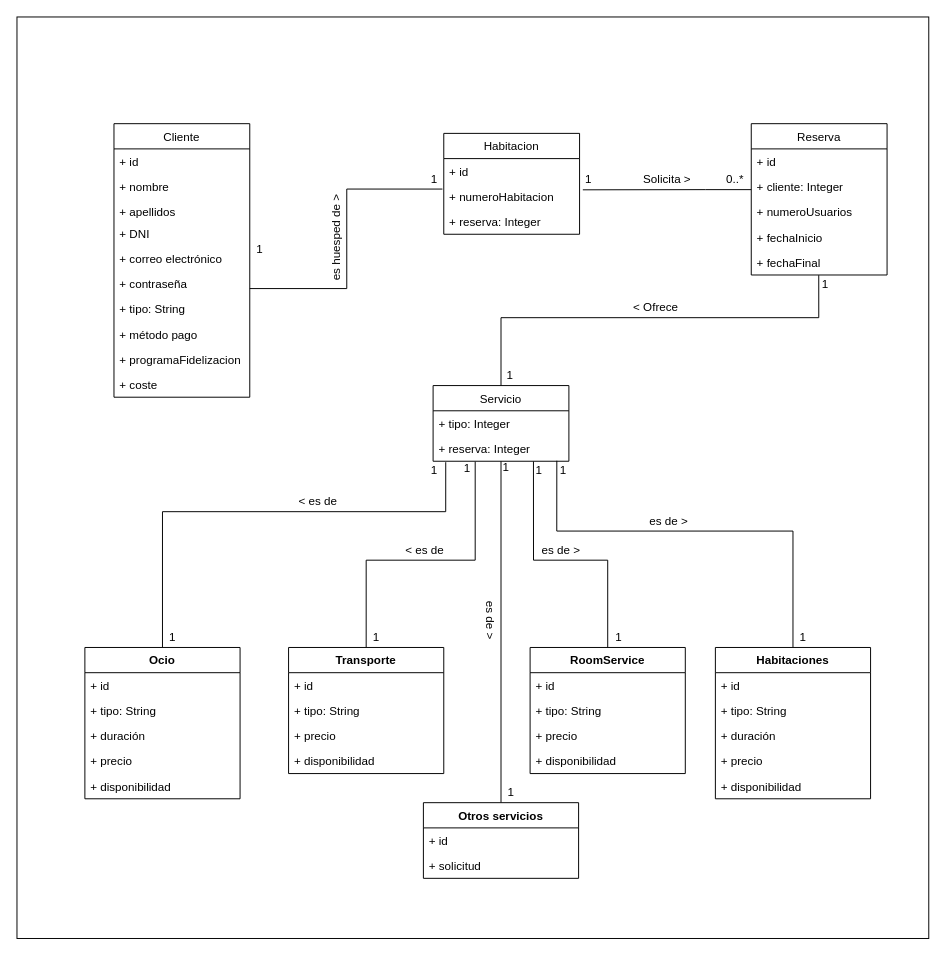
The draw.io diagram Diagrams/Modelo_datos_Concierge.drawio in javierMorales9/ISST-Grupo02-Conc, before the edit. Source tidied: cells renumbered, new cells numbered last; positions are measured from the earlier drawing's top-left corner, leaving out a move shared by most shapes. Both pictures are drawn from the tidied source at 97%, with x=0, y=0 at pixel (16, 16).
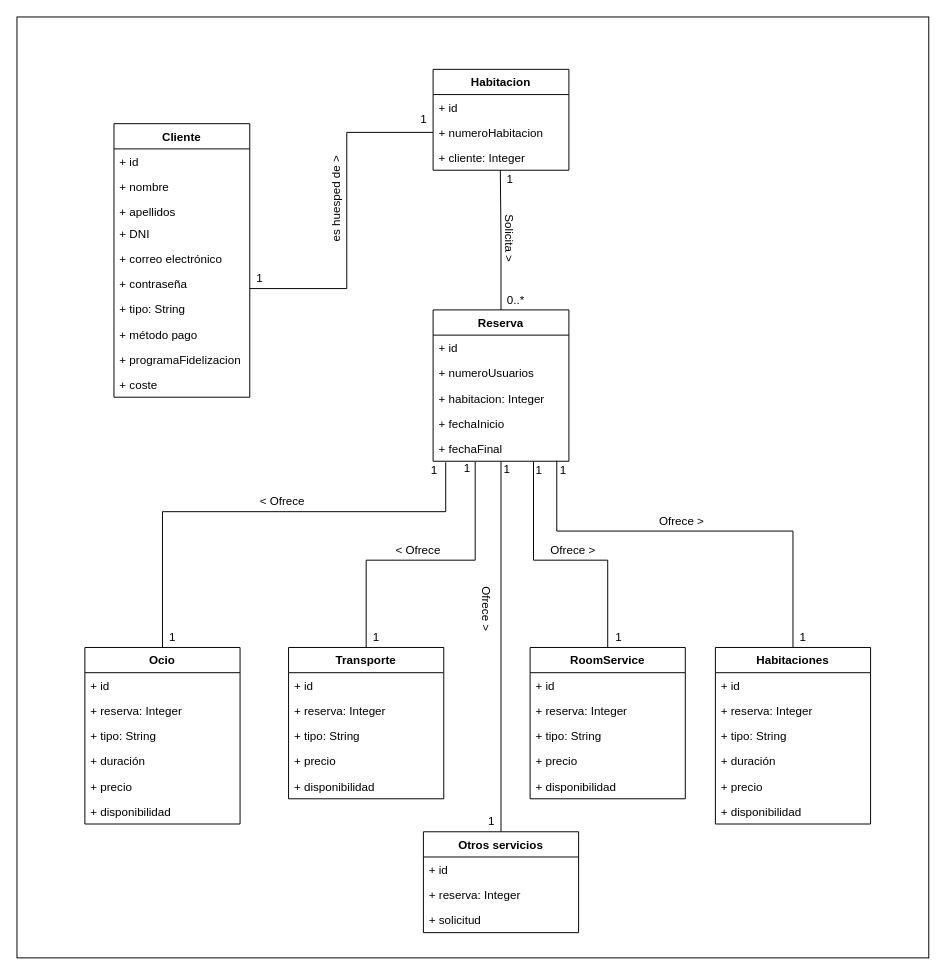
After the change.

Unchanged cells that the change refers to:
```xml
<mxCell id="22" value="+ fechaFinal" style="text;strokeColor=none;fillColor=none;align=left;verticalAlign=top;spacingLeft=4;spacingRight=4;overflow=hidden;points=[[0,0.5],[1,0.5]];portConstraint=eastwest;" parent="17" vertex="1">
  <mxGeometry y="130" width="140" height="26" as="geometry" />
</mxCell>
<mxCell id="79" value="+ numeroHabitacion" style="text;strokeColor=none;fillColor=none;align=left;verticalAlign=top;spacingLeft=4;spacingRight=4;overflow=hidden;points=[[0,0.5],[1,0.5]];portConstraint=eastwest;" parent="77" vertex="1">
  <mxGeometry y="52" width="140" height="26" as="geometry" />
</mxCell>
```

The edit, as a diff of the source:
```diff
@@
     <mxCell id="2" style="html=1;" parent="1" vertex="1">
-      <mxGeometry width="940" height="950" as="geometry" />
+      <mxGeometry width="940" height="970" as="geometry" />
     </mxCell>
-    <mxCell id="3" style="edgeStyle=orthogonalEdgeStyle;rounded=0;jettySize=auto;html=1;entryX=-0.01;entryY=0.208;entryDx=0;entryDy=0;endArrow=none;endFill=0;entryPerimeter=0;" parent="1" edge="1" source="4" target="79">
+    <mxCell id="3" style="edgeStyle=orthogonalEdgeStyle;rounded=0;jettySize=auto;html=1;entryX=0;entryY=0.5;entryDx=0;entryDy=0;endArrow=none;endFill=0;" parent="1" edge="1" source="4" target="79">
       <mxGeometry relative="1" as="geometry">
         <Array as="points">
           <mxPoint x="340" y="280" />
-          <mxPoint x="340" y="177" />
+          <mxPoint x="340" y="119" />
         </Array>
       </mxGeometry>
     </mxCell>
-    <mxCell id="4" value="Cliente" style="swimlane;fontStyle=0;horizontal=1;startSize=26;fillColor=none;" parent="1" vertex="1">
+    <mxCell id="4" value="Cliente" style="swimlane;fontStyle=1;horizontal=1;startSize=26;fillColor=none;" parent="1" vertex="1">
       <mxGeometry x="100" y="110" width="140" height="282" as="geometry" />
     </mxCell>
@@
-    <mxCell id="15" style="edgeStyle=orthogonalEdgeStyle;rounded=0;jettySize=auto;html=1;endArrow=none;endFill=0;exitX=0.497;exitY=1.008;exitDx=0;exitDy=0;entryX=0.5;entryY=0;entryDx=0;entryDy=0;exitPerimeter=0;" parent="1" edge="1" source="22" target="27">
-      <mxGeometry relative="1" as="geometry">
-        <Array as="points">
-          <mxPoint x="827" y="310" />
-          <mxPoint x="499" y="310" />
-        </Array>
-      </mxGeometry>
-    </mxCell>
-    <mxCell id="16" style="edgeStyle=orthogonalEdgeStyle;rounded=0;jettySize=auto;html=1;entryX=1.024;entryY=0.238;entryDx=0;entryDy=0;entryPerimeter=0;endArrow=none;endFill=0;" parent="1" edge="1" source="17" target="79">
-      <mxGeometry relative="1" as="geometry">
-        <Array as="points">
-          <mxPoint x="710" y="178" />
-          <mxPoint x="710" y="178" />
-        </Array>
-      </mxGeometry>
-    </mxCell>
+    <mxCell id="84" style="edgeStyle=orthogonalEdgeStyle;rounded=0;jettySize=auto;html=1;entryX=0.495;entryY=0.998;entryDx=0;entryDy=0;entryPerimeter=0;endArrow=none;endFill=0;" parent="1" edge="1" source="17" target="19">
+      <mxGeometry relative="1" as="geometry" />
+    </mxCell>
-    <mxCell id="17" value="Reserva" style="swimlane;fontStyle=0;horizontal=1;startSize=26;fillColor=none;" parent="1" vertex="1">
-      <mxGeometry x="757" y="110" width="140" height="156" as="geometry" />
+    <mxCell id="17" value="Reserva" style="swimlane;fontStyle=1;horizontal=1;startSize=26;fillColor=none;" parent="1" vertex="1">
+      <mxGeometry x="429" y="302" width="140" height="156" as="geometry" />
     </mxCell>
@@
-    <mxCell id="19" value="+ cliente: Integer" style="text;strokeColor=none;fillColor=none;align=left;verticalAlign=top;spacingLeft=4;spacingRight=4;overflow=hidden;points=[[0,0.5],[1,0.5]];portConstraint=eastwest;" parent="17" vertex="1">
-      <mxGeometry y="52" width="140" height="26" as="geometry" />
-    </mxCell>
     <mxCell id="20" value="+ numeroUsuarios" style="text;strokeColor=none;fillColor=none;align=left;verticalAlign=top;spacingLeft=4;spacingRight=4;overflow=hidden;" parent="17" vertex="1">
-      <mxGeometry y="78" width="140" height="26" as="geometry" />
+      <mxGeometry y="52" width="140" height="26" as="geometry" />
     </mxCell>
+    <mxCell id="85" value="+ habitacion: Integer" style="text;strokeColor=none;fillColor=none;align=left;verticalAlign=top;spacingLeft=4;spacingRight=4;overflow=hidden;" parent="17" vertex="1">
+      <mxGeometry y="78" width="140" height="26" as="geometry" />
+    </mxCell>
@@
-    <mxCell id="23" style="edgeStyle=orthogonalEdgeStyle;rounded=0;jettySize=auto;html=1;endArrow=none;endFill=0;exitX=0.093;exitY=1.038;exitDx=0;exitDy=0;exitPerimeter=0;" parent="1" edge="1" source="29" target="41">
+    <mxCell id="23" style="edgeStyle=orthogonalEdgeStyle;rounded=0;jettySize=auto;html=1;endArrow=none;endFill=0;exitX=0.093;exitY=1.038;exitDx=0;exitDy=0;exitPerimeter=0;" parent="1" edge="1" target="41">
       <mxGeometry relative="1" as="geometry">
+        <mxPoint x="442" y="459" as="sourcePoint" />
         <Array as="points">
           <mxPoint x="442" y="510" />
           <mxPoint x="150" y="510" />
         </Array>
       </mxGeometry>
     </mxCell>
-    <mxCell id="24" style="edgeStyle=orthogonalEdgeStyle;rounded=0;jettySize=auto;html=1;entryX=0.5;entryY=0;entryDx=0;entryDy=0;endArrow=none;endFill=0;exitX=0.31;exitY=1.016;exitDx=0;exitDy=0;exitPerimeter=0;" parent="1" edge="1" source="29" target="36">
+    <mxCell id="24" style="edgeStyle=orthogonalEdgeStyle;rounded=0;jettySize=auto;html=1;entryX=0.5;entryY=0;entryDx=0;entryDy=0;endArrow=none;endFill=0;exitX=0.31;exitY=1.016;exitDx=0;exitDy=0;exitPerimeter=0;" parent="1" edge="1" target="36">
       <mxGeometry relative="1" as="geometry">
+        <mxPoint x="472.4" y="458.4" as="sourcePoint" />
         <Array as="points">
           <mxPoint x="472" y="560" />
           <mxPoint x="360" y="560" />
         </Array>
       </mxGeometry>
     </mxCell>
-    <mxCell id="25" style="edgeStyle=orthogonalEdgeStyle;rounded=0;jettySize=auto;html=1;entryX=0.5;entryY=0;entryDx=0;entryDy=0;endArrow=none;endFill=0;exitX=0.739;exitY=1.008;exitDx=0;exitDy=0;exitPerimeter=0;" parent="1" edge="1" source="29" target="65">
+    <mxCell id="25" style="edgeStyle=orthogonalEdgeStyle;rounded=0;jettySize=auto;html=1;entryX=0.5;entryY=0;entryDx=0;entryDy=0;endArrow=none;endFill=0;exitX=0.739;exitY=1.008;exitDx=0;exitDy=0;exitPerimeter=0;" parent="1" edge="1" target="65">
       <mxGeometry relative="1" as="geometry">
+        <mxPoint x="532.5" y="458.2" as="sourcePoint" />
         <Array as="points">
           <mxPoint x="532" y="560" />
           <mxPoint x="609" y="560" />
         </Array>
       </mxGeometry>
     </mxCell>
-    <mxCell id="26" style="edgeStyle=orthogonalEdgeStyle;rounded=0;jettySize=auto;html=1;entryX=0.5;entryY=0;entryDx=0;entryDy=0;endArrow=none;endFill=0;exitX=0.911;exitY=0.981;exitDx=0;exitDy=0;exitPerimeter=0;" parent="1" edge="1" source="29" target="59">
+    <mxCell id="26" style="edgeStyle=orthogonalEdgeStyle;rounded=0;jettySize=auto;html=1;entryX=0.5;entryY=0;entryDx=0;entryDy=0;endArrow=none;endFill=0;exitX=0.911;exitY=0.981;exitDx=0;exitDy=0;exitPerimeter=0;" parent="1" edge="1" target="59">
       <mxGeometry relative="1" as="geometry">
+        <mxPoint x="556.5" y="457.5" as="sourcePoint" />
         <Array as="points">
           <mxPoint x="557" y="530" />
           <mxPoint x="800" y="530" />
         </Array>
       </mxGeometry>
     </mxCell>
-    <mxCell id="27" value="Servicio" style="swimlane;fontStyle=0;horizontal=1;startSize=26;fillColor=none;" parent="1" vertex="1">
-      <mxGeometry x="429" y="380" width="140" height="78" as="geometry" />
-    </mxCell>
-    <mxCell id="28" value="+ tipo: Integer" style="text;strokeColor=none;fillColor=none;align=left;verticalAlign=top;spacingLeft=4;spacingRight=4;overflow=hidden;" parent="27" vertex="1">
-      <mxGeometry y="26" width="140" height="26" as="geometry" />
-    </mxCell>
-    <mxCell id="29" value="+ reserva: Integer" style="text;strokeColor=none;fillColor=none;align=left;verticalAlign=top;spacingLeft=4;spacingRight=4;overflow=hidden;points=[[0,0.5],[1,0.5]];portConstraint=eastwest;" parent="27" vertex="1">
-      <mxGeometry y="52" width="140" height="26" as="geometry" />
-    </mxCell>
-    <mxCell id="30" value="Solicita &amp;gt;" style="text;html=1;align=center;verticalAlign=middle;" parent="1" vertex="1">
-      <mxGeometry x="640" y="158" width="60" height="20" as="geometry" />
+    <mxCell id="30" value="Solicita &amp;gt;" style="text;html=1;align=center;verticalAlign=middle;rotation=90;" parent="1" vertex="1">
+      <mxGeometry x="478" y="218" width="60" height="20" as="geometry" />
     </mxCell>
     <mxCell id="31" value="&amp;lt; Ofrece&amp;nbsp;" style="text;html=1;align=center;verticalAlign=middle;rotation=0;" parent="1" vertex="1">
-      <mxGeometry x="625" y="290" width="70" height="20" as="geometry" />
+      <mxGeometry x="240" y="490" width="70" height="20" as="geometry" />
     </mxCell>
     <mxCell id="32" value="1" style="text;html=1;align=center;verticalAlign=middle;" parent="1" vertex="1">
-      <mxGeometry x="240" y="230" width="20" height="20" as="geometry" />
+      <mxGeometry x="240" y="260" width="20" height="20" as="geometry" />
     </mxCell>
     <mxCell id="33" value="0..*" style="text;html=1;align=center;verticalAlign=middle;" parent="1" vertex="1">
-      <mxGeometry x="725" y="158" width="30" height="20" as="geometry" />
+      <mxGeometry x="499" y="282" width="30" height="20" as="geometry" />
     </mxCell>
-    <mxCell id="34" value="1" style="text;html=1;align=center;verticalAlign=middle;" parent="1" vertex="1">
-      <mxGeometry x="823" y="266" width="20" height="20" as="geometry" />
-    </mxCell>
-    <mxCell id="35" value="1" style="text;html=1;align=center;verticalAlign=middle;" parent="1" vertex="1">
-      <mxGeometry x="498" y="360" width="20" height="20" as="geometry" />
-    </mxCell>
     <mxCell id="36" value="Transporte" style="swimlane;fontStyle=1;align=center;verticalAlign=top;horizontal=1;startSize=26;" parent="1" vertex="1">
-      <mxGeometry x="280" y="650" width="160" height="130" as="geometry" />
+      <mxGeometry x="280" y="650" width="160" height="156" as="geometry" />
     </mxCell>
@@
+    <mxCell id="86" value="+ reserva: Integer" style="text;strokeColor=none;fillColor=none;align=left;verticalAlign=top;spacingLeft=4;spacingRight=4;overflow=hidden;" parent="36" vertex="1">
+      <mxGeometry y="52" width="160" height="26" as="geometry" />
+    </mxCell>
     <mxCell id="38" value="+ tipo: String" style="text;strokeColor=none;fillColor=none;align=left;verticalAlign=top;spacingLeft=4;spacingRight=4;overflow=hidden;" parent="36" vertex="1">
-      <mxGeometry y="52" width="160" height="26" as="geometry" />
+      <mxGeometry y="78" width="160" height="26" as="geometry" />
     </mxCell>
     <mxCell id="39" value="+ precio" style="text;strokeColor=none;fillColor=none;align=left;verticalAlign=top;spacingLeft=4;spacingRight=4;overflow=hidden;" parent="36" vertex="1">
-      <mxGeometry y="78" width="160" height="26" as="geometry" />
+      <mxGeometry y="104" width="160" height="26" as="geometry" />
     </mxCell>
     <mxCell id="40" value="+ disponibilidad" style="text;strokeColor=none;fillColor=none;align=left;verticalAlign=top;spacingLeft=4;spacingRight=4;overflow=hidden;" parent="36" vertex="1">
-      <mxGeometry y="104" width="160" height="26" as="geometry" />
+      <mxGeometry y="130" width="160" height="26" as="geometry" />
     </mxCell>
     <mxCell id="41" value="Ocio" style="swimlane;fontStyle=1;align=center;verticalAlign=top;horizontal=1;startSize=26;" parent="1" vertex="1">
-      <mxGeometry x="70" y="650" width="160" height="156" as="geometry" />
+      <mxGeometry x="70" y="650" width="160" height="182" as="geometry" />
     </mxCell>
@@
+    <mxCell id="87" value="+ reserva: Integer" style="text;strokeColor=none;fillColor=none;align=left;verticalAlign=top;spacingLeft=4;spacingRight=4;overflow=hidden;" parent="41" vertex="1">
+      <mxGeometry y="52" width="160" height="26" as="geometry" />
+    </mxCell>
     <mxCell id="43" value="+ tipo: String" style="text;strokeColor=none;fillColor=none;align=left;verticalAlign=top;spacingLeft=4;spacingRight=4;overflow=hidden;" parent="41" vertex="1">
-      <mxGeometry y="52" width="160" height="26" as="geometry" />
+      <mxGeometry y="78" width="160" height="26" as="geometry" />
     </mxCell>
     <mxCell id="44" value="+ duración" style="text;strokeColor=none;fillColor=none;align=left;verticalAlign=top;spacingLeft=4;spacingRight=4;overflow=hidden;" parent="41" vertex="1">
-      <mxGeometry y="78" width="160" height="26" as="geometry" />
+      <mxGeometry y="104" width="160" height="26" as="geometry" />
     </mxCell>
     <mxCell id="45" value="+ precio" style="text;strokeColor=none;fillColor=none;align=left;verticalAlign=top;spacingLeft=4;spacingRight=4;overflow=hidden;" parent="41" vertex="1">
-      <mxGeometry y="104" width="160" height="26" as="geometry" />
+      <mxGeometry y="130" width="160" height="26" as="geometry" />
     </mxCell>
     <mxCell id="46" value="+ disponibilidad" style="text;strokeColor=none;fillColor=none;align=left;verticalAlign=top;spacingLeft=4;spacingRight=4;overflow=hidden;" parent="41" vertex="1">
-      <mxGeometry y="130" width="160" height="26" as="geometry" />
+      <mxGeometry y="156" width="160" height="26" as="geometry" />
     </mxCell>
-    <mxCell id="47" value="&amp;lt; es de" style="text;html=1;align=center;verticalAlign=middle;" parent="1" vertex="1">
-      <mxGeometry x="280" y="490" width="60" height="20" as="geometry" />
-    </mxCell>
-    <mxCell id="48" value="&amp;lt; es de" style="text;html=1;align=center;verticalAlign=middle;" parent="1" vertex="1">
-      <mxGeometry x="390" y="540" width="60" height="20" as="geometry" />
-    </mxCell>
-    <mxCell id="49" value="&amp;nbsp;es de &amp;gt;" style="text;html=1;align=center;verticalAlign=middle;" parent="1" vertex="1">
-      <mxGeometry x="640" y="510" width="60" height="20" as="geometry" />
-    </mxCell>
-    <mxCell id="50" value="&amp;nbsp;es de &amp;gt;" style="text;html=1;align=center;verticalAlign=middle;" parent="1" vertex="1">
-      <mxGeometry x="529" y="540" width="60" height="20" as="geometry" />
-    </mxCell>
@@
     <mxCell id="52" value="1" style="text;html=1;align=center;verticalAlign=middle;" parent="1" vertex="1">
-      <mxGeometry x="494" y="455" width="20" height="20" as="geometry" />
+      <mxGeometry x="495" y="457" width="20" height="20" as="geometry" />
     </mxCell>
@@
     <mxCell id="59" value="Habitaciones" style="swimlane;fontStyle=1;align=center;verticalAlign=top;horizontal=1;startSize=26;" parent="1" vertex="1">
-      <mxGeometry x="720" y="650" width="160" height="156" as="geometry" />
+      <mxGeometry x="720" y="650" width="160" height="182" as="geometry" />
     </mxCell>
@@
+    <mxCell id="88" value="+ reserva: Integer" style="text;strokeColor=none;fillColor=none;align=left;verticalAlign=top;spacingLeft=4;spacingRight=4;overflow=hidden;" parent="59" vertex="1">
+      <mxGeometry y="52" width="160" height="26" as="geometry" />
+    </mxCell>
     <mxCell id="61" value="+ tipo: String" style="text;strokeColor=none;fillColor=none;align=left;verticalAlign=top;spacingLeft=4;spacingRight=4;overflow=hidden;" parent="59" vertex="1">
-      <mxGeometry y="52" width="160" height="26" as="geometry" />
+      <mxGeometry y="78" width="160" height="26" as="geometry" />
     </mxCell>
     <mxCell id="62" value="+ duración" style="text;strokeColor=none;fillColor=none;align=left;verticalAlign=top;spacingLeft=4;spacingRight=4;overflow=hidden;" parent="59" vertex="1">
-      <mxGeometry y="78" width="160" height="26" as="geometry" />
+      <mxGeometry y="104" width="160" height="26" as="geometry" />
     </mxCell>
     <mxCell id="63" value="+ precio" style="text;strokeColor=none;fillColor=none;align=left;verticalAlign=top;spacingLeft=4;spacingRight=4;overflow=hidden;" parent="59" vertex="1">
-      <mxGeometry y="104" width="160" height="26" as="geometry" />
+      <mxGeometry y="130" width="160" height="26" as="geometry" />
     </mxCell>
     <mxCell id="64" value="+ disponibilidad" style="text;strokeColor=none;fillColor=none;align=left;verticalAlign=top;spacingLeft=4;spacingRight=4;overflow=hidden;" parent="59" vertex="1">
-      <mxGeometry y="130" width="160" height="26" as="geometry" />
+      <mxGeometry y="156" width="160" height="26" as="geometry" />
     </mxCell>
     <mxCell id="65" value="RoomService" style="swimlane;fontStyle=1;align=center;verticalAlign=top;horizontal=1;startSize=26;" parent="1" vertex="1">
-      <mxGeometry x="529" y="650" width="160" height="130" as="geometry" />
+      <mxGeometry x="529" y="650" width="160" height="156" as="geometry" />
     </mxCell>
@@
+    <mxCell id="89" value="+ reserva: Integer" style="text;strokeColor=none;fillColor=none;align=left;verticalAlign=top;spacingLeft=4;spacingRight=4;overflow=hidden;" parent="65" vertex="1">
+      <mxGeometry y="52" width="160" height="26" as="geometry" />
+    </mxCell>
     <mxCell id="67" value="+ tipo: String" style="text;strokeColor=none;fillColor=none;align=left;verticalAlign=top;spacingLeft=4;spacingRight=4;overflow=hidden;" parent="65" vertex="1">
-      <mxGeometry y="52" width="160" height="26" as="geometry" />
+      <mxGeometry y="78" width="160" height="26" as="geometry" />
     </mxCell>
     <mxCell id="68" value="+ precio" style="text;strokeColor=none;fillColor=none;align=left;verticalAlign=top;spacingLeft=4;spacingRight=4;overflow=hidden;" parent="65" vertex="1">
-      <mxGeometry y="78" width="160" height="26" as="geometry" />
+      <mxGeometry y="104" width="160" height="26" as="geometry" />
     </mxCell>
     <mxCell id="69" value="+ disponibilidad" style="text;strokeColor=none;fillColor=none;align=left;verticalAlign=top;spacingLeft=4;spacingRight=4;overflow=hidden;" parent="65" vertex="1">
-      <mxGeometry y="104" width="160" height="26" as="geometry" />
+      <mxGeometry y="130" width="160" height="26" as="geometry" />
     </mxCell>
-    <mxCell id="70" style="edgeStyle=orthogonalEdgeStyle;rounded=0;jettySize=auto;html=1;endArrow=none;endFill=0;entryX=0.5;entryY=1;entryDx=0;entryDy=0;" parent="1" edge="1" source="71" target="27">
-      <mxGeometry relative="1" as="geometry" />
+    <mxCell id="70" style="edgeStyle=orthogonalEdgeStyle;rounded=0;jettySize=auto;html=1;endArrow=none;endFill=0;entryX=0.5;entryY=1;entryDx=0;entryDy=0;" parent="1" edge="1" source="71">
+      <mxGeometry relative="1" as="geometry">
+        <mxPoint x="499" y="458" as="targetPoint" />
+      </mxGeometry>
     </mxCell>
     <mxCell id="71" value="Otros servicios" style="swimlane;fontStyle=1;align=center;verticalAlign=top;horizontal=1;startSize=26;" parent="1" vertex="1">
-      <mxGeometry x="419" y="810" width="160" height="78" as="geometry" />
+      <mxGeometry x="419" y="840" width="160" height="104" as="geometry" />
     </mxCell>
@@
+    <mxCell id="90" value="+ reserva: Integer" style="text;strokeColor=none;fillColor=none;align=left;verticalAlign=top;spacingLeft=4;spacingRight=4;overflow=hidden;" parent="71" vertex="1">
+      <mxGeometry y="52" width="160" height="26" as="geometry" />
+    </mxCell>
     <mxCell id="73" value="+ solicitud" style="text;strokeColor=none;fillColor=none;align=left;verticalAlign=top;spacingLeft=4;spacingRight=4;overflow=hidden;" parent="71" vertex="1">
-      <mxGeometry y="52" width="160" height="26" as="geometry" />
+      <mxGeometry y="78" width="160" height="26" as="geometry" />
     </mxCell>
@@
-    <mxCell id="75" value="&amp;nbsp;es de &amp;gt;" style="text;html=1;align=center;verticalAlign=middle;rotation=90;" parent="1" vertex="1">
-      <mxGeometry x="458" y="610" width="60" height="20" as="geometry" />
-    </mxCell>
     <mxCell id="76" value="1" style="text;html=1;align=center;verticalAlign=middle;" parent="1" vertex="1">
-      <mxGeometry x="499" y="790" width="20" height="20" as="geometry" />
+      <mxGeometry x="479" y="820" width="20" height="20" as="geometry" />
     </mxCell>
-    <mxCell id="77" value="Habitacion" style="swimlane;fontStyle=0;horizontal=1;startSize=26;fillColor=none;" parent="1" vertex="1">
-      <mxGeometry x="440" y="120" width="140" height="104" as="geometry" />
+    <mxCell id="77" value="Habitacion" style="swimlane;fontStyle=1;horizontal=1;startSize=26;fillColor=none;" parent="1" vertex="1">
+      <mxGeometry x="429" y="54" width="140" height="104" as="geometry" />
     </mxCell>
@@
-    <mxCell id="80" value="+ reserva: Integer" style="text;strokeColor=none;fillColor=none;align=left;verticalAlign=top;spacingLeft=4;spacingRight=4;overflow=hidden;" parent="77" vertex="1">
-      <mxGeometry y="78" width="140" height="26" as="geometry" />
-    </mxCell>
+    <mxCell id="19" value="+ cliente: Integer" style="text;strokeColor=none;fillColor=none;align=left;verticalAlign=top;spacingLeft=4;spacingRight=4;overflow=hidden;points=[[0,0.5],[1,0.5]];portConstraint=eastwest;" parent="77" vertex="1">
+      <mxGeometry y="78" width="140" height="26" as="geometry" />
+    </mxCell>
     <mxCell id="81" value="1" style="text;html=1;align=center;verticalAlign=middle;" parent="1" vertex="1">
-      <mxGeometry x="420" y="158" width="20" height="20" as="geometry" />
+      <mxGeometry x="409" y="96" width="20" height="20" as="geometry" />
     </mxCell>
     <mxCell id="82" value="1" style="text;html=1;align=center;verticalAlign=middle;" parent="1" vertex="1">
-      <mxGeometry x="579" y="158" width="20" height="20" as="geometry" />
+      <mxGeometry x="498" y="158" width="20" height="20" as="geometry" />
     </mxCell>
     <mxCell id="83" value="es huesped de &amp;gt;" style="text;html=1;align=center;verticalAlign=middle;rotation=270;" parent="1" vertex="1">
-      <mxGeometry x="280" y="218" width="100" height="20" as="geometry" />
+      <mxGeometry x="280" y="178" width="100" height="20" as="geometry" />
     </mxCell>
+    <mxCell id="91" value="Ofrece &amp;gt;" style="text;html=1;align=center;verticalAlign=middle;rotation=0;" parent="1" vertex="1">
+      <mxGeometry x="543" y="540" width="60" height="20" as="geometry" />
+    </mxCell>
+    <mxCell id="92" value="Ofrece &amp;gt;" style="text;html=1;align=center;verticalAlign=middle;rotation=0;" parent="1" vertex="1">
+      <mxGeometry x="655" y="510" width="60" height="20" as="geometry" />
+    </mxCell>
+    <mxCell id="93" value="&amp;lt; Ofrece&amp;nbsp;" style="text;html=1;align=center;verticalAlign=middle;rotation=0;" parent="1" vertex="1">
+      <mxGeometry x="380" y="540" width="70" height="20" as="geometry" />
+    </mxCell>
+    <mxCell id="94" value="Ofrece &amp;gt;" style="text;html=1;align=center;verticalAlign=middle;rotation=90;" parent="1" vertex="1">
+      <mxGeometry x="454" y="600" width="60" height="20" as="geometry" />
+    </mxCell>
```
